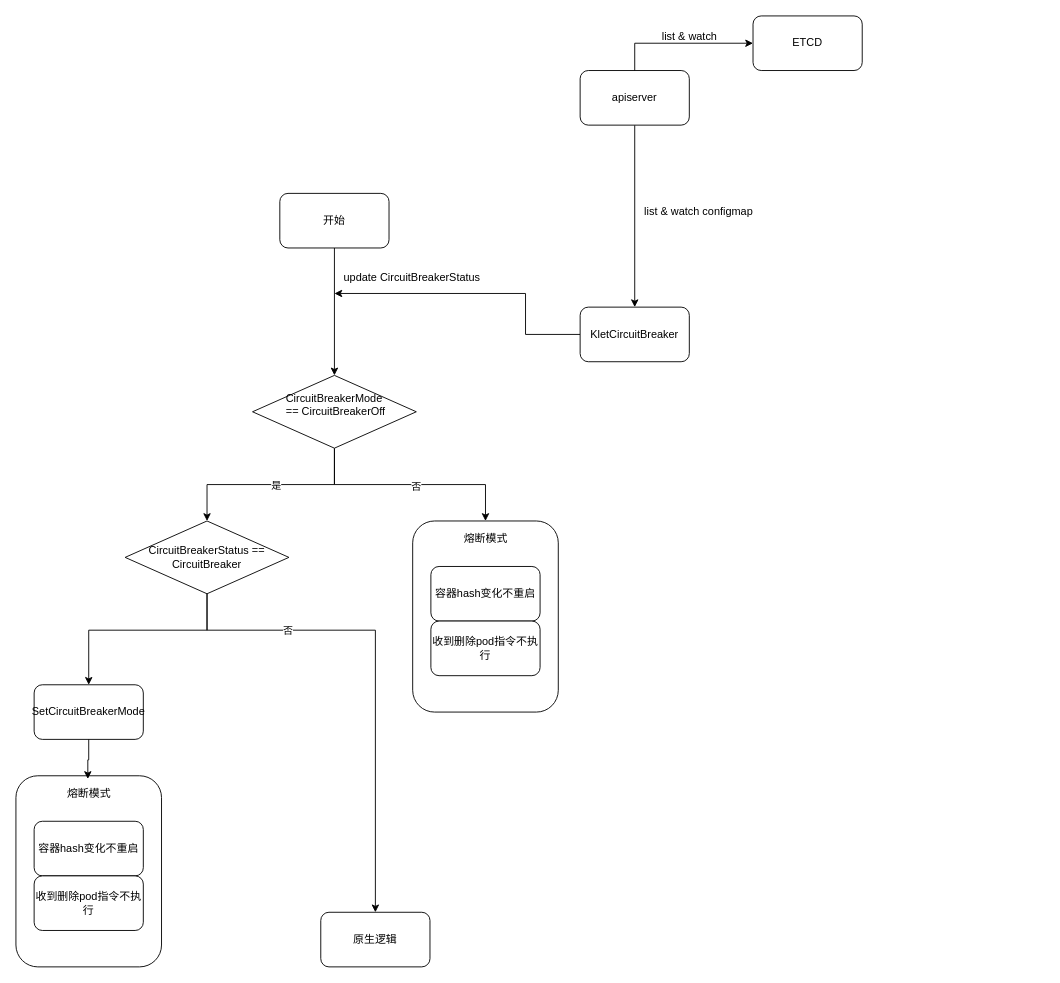
Earlier version of the draw.io diagram page "集群大规模异常重启熔断方案" (7 of 7) of kubelet/kubelet.drawio (jingrenzhou/drawio). Source tidied: cells renumbered, new cells numbered last; positions are measured from the earlier drawing's top-left corner, leaving out a move shared by most shapes. Both pictures are drawn from the tidied source at 91%, with x=0, y=0 at pixel (15, 15).
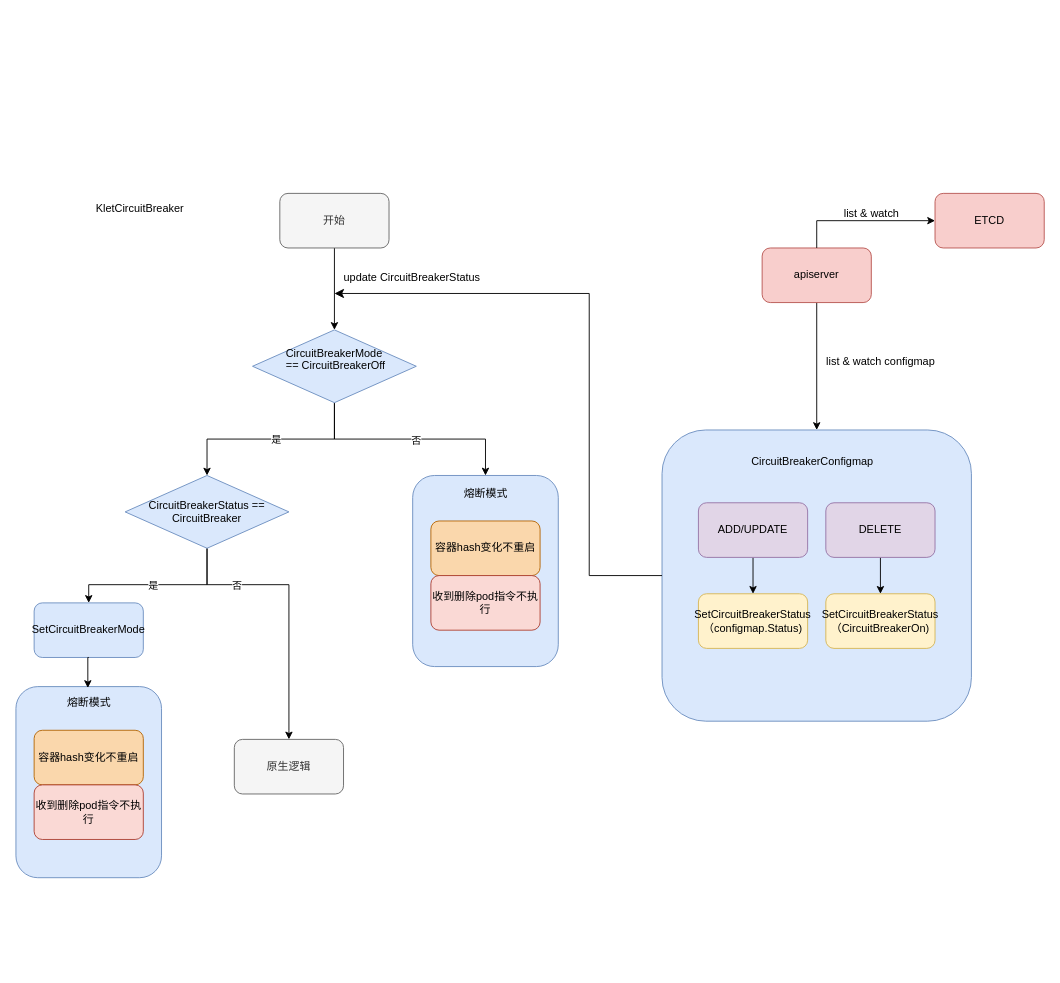
The same page after the edit.

Diff of the diagram source:
```diff
@@
-    <mxCell id="2" style="rounded=1;whiteSpace=wrap;html=1;" parent="1" vertex="1">
-      <mxGeometry x="436" y="555" width="160" height="210" as="geometry" />
+    <mxCell id="2" style="rounded=1;whiteSpace=wrap;html=1;fillColor=#dae8fc;strokeColor=#6c8ebf;" parent="1" vertex="1">
+      <mxGeometry x="436" y="505" width="160" height="210" as="geometry" />
     </mxCell>
@@
-    <mxCell id="7" value="CircuitBreakerMode&lt;br&gt;&amp;nbsp;== CircuitBreakerOff&lt;br&gt;&amp;nbsp;" style="rhombus;whiteSpace=wrap;html=1;" parent="1" vertex="1">
-      <mxGeometry x="260" y="395" width="180" height="80" as="geometry" />
+    <mxCell id="7" value="CircuitBreakerMode&lt;br&gt;&amp;nbsp;== CircuitBreakerOff&lt;br&gt;&amp;nbsp;" style="rhombus;whiteSpace=wrap;html=1;fillColor=#dae8fc;strokeColor=#6c8ebf;" parent="1" vertex="1">
+      <mxGeometry x="260" y="345" width="180" height="80" as="geometry" />
     </mxCell>
@@
-    <mxCell id="9" value="开始" style="rounded=1;whiteSpace=wrap;html=1;" parent="1" vertex="1">
+    <mxCell id="9" value="开始" style="rounded=1;whiteSpace=wrap;html=1;fillColor=#f5f5f5;fontColor=#333333;strokeColor=#666666;" parent="1" vertex="1">
       <mxGeometry x="290" y="195" width="120" height="60" as="geometry" />
     </mxCell>
@@
-    <mxCell id="11" value="apiserver" style="rounded=1;whiteSpace=wrap;html=1;" parent="1" vertex="1">
-      <mxGeometry x="620" y="60" width="120" height="60" as="geometry" />
+    <mxCell id="11" value="apiserver" style="rounded=1;whiteSpace=wrap;html=1;fillColor=#f8cecc;strokeColor=#b85450;" parent="1" vertex="1">
+      <mxGeometry x="820" y="255" width="120" height="60" as="geometry" />
     </mxCell>
-    <mxCell id="12" style="edgeStyle=orthogonalEdgeStyle;rounded=0;jettySize=auto;html=1;exitX=0;exitY=0.5;exitDx=0;exitDy=0;" parent="1" edge="1" source="13">
-      <mxGeometry relative="1" as="geometry">
-        <mxPoint x="350" y="305" as="targetPoint" />
-        <Array as="points">
-          <mxPoint x="560" y="350" />
-          <mxPoint x="560" y="305" />
-        </Array>
-      </mxGeometry>
-    </mxCell>
-    <mxCell id="13" value="KletCircuitBreaker" style="rounded=1;whiteSpace=wrap;html=1;" parent="1" vertex="1">
-      <mxGeometry x="620" y="320" width="120" height="60" as="geometry" />
+    <mxCell id="13" style="rounded=1;whiteSpace=wrap;html=1;fillColor=#dae8fc;strokeColor=#6c8ebf;" parent="1" vertex="1">
+      <mxGeometry x="710" y="455" width="340" height="320" as="geometry" />
     </mxCell>
-    <mxCell id="14" value="ETCD" style="rounded=1;whiteSpace=wrap;html=1;" parent="1" vertex="1">
-      <mxGeometry x="810" width="120" height="60" as="geometry" />
+    <mxCell id="14" value="ETCD" style="rounded=1;whiteSpace=wrap;html=1;fillColor=#f8cecc;strokeColor=#b85450;" parent="1" vertex="1">
+      <mxGeometry x="1010" y="195" width="120" height="60" as="geometry" />
     </mxCell>
@@
     <mxCell id="16" value="list &amp;amp; watch" style="text;html=1;align=center;verticalAlign=middle;strokeColor=none;fillColor=none;" parent="1" vertex="1">
-      <mxGeometry x="700" y="8" width="80" height="30" as="geometry" />
+      <mxGeometry x="900" y="203" width="80" height="30" as="geometry" />
     </mxCell>
     <mxCell id="17" value="list &amp;amp; watch configmap" style="text;html=1;align=center;verticalAlign=middle;strokeColor=none;fillColor=none;" parent="1" vertex="1">
-      <mxGeometry x="680" y="200" width="140" height="30" as="geometry" />
+      <mxGeometry x="880" y="365" width="140" height="30" as="geometry" />
     </mxCell>
@@
-    <mxCell id="19" style="edgeStyle=orthogonalEdgeStyle;rounded=0;jettySize=auto;html=1;exitX=0.5;exitY=1;exitDx=0;exitDy=0;" parent="1" edge="1" source="22" target="23">
+    <mxCell id="19" style="edgeStyle=orthogonalEdgeStyle;rounded=0;jettySize=auto;html=1;exitX=0.5;exitY=1;exitDx=0;exitDy=0;entryX=0.5;entryY=0;entryDx=0;entryDy=0;" parent="1" edge="1" source="22" target="23">
       <mxGeometry relative="1" as="geometry">
         <Array as="points">
-          <mxPoint x="210" y="675" />
-          <mxPoint x="395" y="675" />
+          <mxPoint x="210" y="625" />
+          <mxPoint x="300" y="625" />
+          <mxPoint x="300" y="785" />
         </Array>
       </mxGeometry>
     </mxCell>
@@
     <mxCell id="21" style="edgeStyle=orthogonalEdgeStyle;rounded=0;jettySize=auto;html=1;exitX=0.5;exitY=1;exitDx=0;exitDy=0;entryX=0.5;entryY=0;entryDx=0;entryDy=0;" parent="1" edge="1" source="22" target="31">
       <mxGeometry relative="1" as="geometry">
         <Array as="points">
-          <mxPoint x="210" y="675" />
-          <mxPoint x="80" y="675" />
+          <mxPoint x="210" y="625" />
+          <mxPoint x="80" y="625" />
         </Array>
       </mxGeometry>
     </mxCell>
+    <mxCell id="33" value="是" style="edgeLabel;html=1;align=center;verticalAlign=middle;" parent="21" vertex="1">
+      <mxGeometry x="0.05" relative="1" as="geometry" />
+    </mxCell>
-    <mxCell id="22" value="CircuitBreakerStatus == CircuitBreaker" style="rhombus;whiteSpace=wrap;html=1;" parent="1" vertex="1">
-      <mxGeometry x="120" y="555" width="180" height="80" as="geometry" />
+    <mxCell id="22" value="CircuitBreakerStatus == CircuitBreaker" style="rhombus;whiteSpace=wrap;html=1;fillColor=#dae8fc;strokeColor=#6c8ebf;" parent="1" vertex="1">
+      <mxGeometry x="120" y="505" width="180" height="80" as="geometry" />
     </mxCell>
-    <mxCell id="23" value="原生逻辑" style="rounded=1;whiteSpace=wrap;html=1;" parent="1" vertex="1">
-      <mxGeometry x="335" y="985" width="120" height="60" as="geometry" />
+    <mxCell id="23" value="原生逻辑" style="rounded=1;whiteSpace=wrap;html=1;fillColor=#f5f5f5;fontColor=#333333;strokeColor=#666666;" parent="1" vertex="1">
+      <mxGeometry x="240" y="795" width="120" height="60" as="geometry" />
     </mxCell>
-    <mxCell id="24" value="容器hash变化不重启" style="rounded=1;whiteSpace=wrap;html=1;" parent="1" vertex="1">
-      <mxGeometry x="456" y="605" width="120" height="60" as="geometry" />
+    <mxCell id="24" value="容器hash变化不重启" style="rounded=1;whiteSpace=wrap;html=1;fillColor=#fad7ac;strokeColor=#b46504;" parent="1" vertex="1">
+      <mxGeometry x="456" y="555" width="120" height="60" as="geometry" />
     </mxCell>
-    <mxCell id="25" value="收到删除pod指令不执行" style="rounded=1;whiteSpace=wrap;html=1;" parent="1" vertex="1">
-      <mxGeometry x="456" y="665" width="120" height="60" as="geometry" />
+    <mxCell id="25" value="收到删除pod指令不执行" style="rounded=1;whiteSpace=wrap;html=1;fillColor=#fad9d5;strokeColor=#ae4132;" parent="1" vertex="1">
+      <mxGeometry x="456" y="615" width="120" height="60" as="geometry" />
     </mxCell>
     <mxCell id="26" value="熔断模式" style="text;html=1;align=center;verticalAlign=middle;strokeColor=none;fillColor=none;" parent="1" vertex="1">
-      <mxGeometry x="481" y="560" width="70" height="30" as="geometry" />
+      <mxGeometry x="481" y="510" width="70" height="30" as="geometry" />
     </mxCell>
-    <mxCell id="27" style="rounded=1;whiteSpace=wrap;html=1;" parent="1" vertex="1">
-      <mxGeometry y="835" width="160" height="210" as="geometry" />
+    <mxCell id="27" style="rounded=1;whiteSpace=wrap;html=1;fillColor=#dae8fc;strokeColor=#6c8ebf;" parent="1" vertex="1">
+      <mxGeometry y="737" width="160" height="210" as="geometry" />
     </mxCell>
-    <mxCell id="28" value="容器hash变化不重启" style="rounded=1;whiteSpace=wrap;html=1;" parent="1" vertex="1">
-      <mxGeometry x="20" y="885" width="120" height="60" as="geometry" />
+    <mxCell id="28" value="容器hash变化不重启" style="rounded=1;whiteSpace=wrap;html=1;fillColor=#fad7ac;strokeColor=#b46504;" parent="1" vertex="1">
+      <mxGeometry x="20" y="785" width="120" height="60" as="geometry" />
     </mxCell>
-    <mxCell id="29" value="收到删除pod指令不执行" style="rounded=1;whiteSpace=wrap;html=1;" parent="1" vertex="1">
-      <mxGeometry x="20" y="945" width="120" height="60" as="geometry" />
+    <mxCell id="29" value="收到删除pod指令不执行" style="rounded=1;whiteSpace=wrap;html=1;fillColor=#fad9d5;strokeColor=#ae4132;" parent="1" vertex="1">
+      <mxGeometry x="20" y="845" width="120" height="60" as="geometry" />
     </mxCell>
     <mxCell id="30" value="熔断模式" style="text;html=1;align=center;verticalAlign=middle;points=[];strokeColor=none;fillColor=none;" parent="1" vertex="1">
-      <mxGeometry x="45" y="840" width="70" height="30" as="geometry" />
+      <mxGeometry x="45" y="740" width="70" height="30" as="geometry" />
     </mxCell>
-    <mxCell id="31" value="SetCircuitBreakerMode" style="rounded=1;whiteSpace=wrap;html=1;" parent="1" vertex="1">
-      <mxGeometry x="20" y="735" width="120" height="60" as="geometry" />
+    <mxCell id="31" value="SetCircuitBreakerMode" style="rounded=1;whiteSpace=wrap;html=1;fillColor=#dae8fc;strokeColor=#6c8ebf;" parent="1" vertex="1">
+      <mxGeometry x="20" y="645" width="120" height="60" as="geometry" />
     </mxCell>
@@
+    <mxCell id="34" value="KletCircuitBreaker" style="text;html=1;align=center;verticalAlign=middle;strokeColor=none;fillColor=none;" parent="1" vertex="1">
+      <mxGeometry x="76" y="197" width="120" height="30" as="geometry" />
+    </mxCell>
+    <mxCell id="35" style="edgeStyle=orthogonalEdgeStyle;rounded=0;jettySize=auto;html=1;exitX=0.5;exitY=1;exitDx=0;exitDy=0;entryX=0.5;entryY=0;entryDx=0;entryDy=0;" parent="1" edge="1" source="36" target="39">
+      <mxGeometry relative="1" as="geometry" />
+    </mxCell>
+    <mxCell id="36" value="ADD/UPDATE" style="rounded=1;whiteSpace=wrap;html=1;fillColor=#e1d5e7;strokeColor=#9673a6;" parent="1" vertex="1">
+      <mxGeometry x="750" y="535" width="120" height="60" as="geometry" />
+    </mxCell>
+    <mxCell id="37" style="edgeStyle=orthogonalEdgeStyle;rounded=0;jettySize=auto;html=1;exitX=0.5;exitY=1;exitDx=0;exitDy=0;entryX=0.5;entryY=0;entryDx=0;entryDy=0;" parent="1" edge="1" source="38" target="40">
+      <mxGeometry relative="1" as="geometry" />
+    </mxCell>
+    <mxCell id="38" value="DELETE" style="rounded=1;whiteSpace=wrap;html=1;fillColor=#e1d5e7;strokeColor=#9673a6;" parent="1" vertex="1">
+      <mxGeometry x="890" y="535" width="120" height="60" as="geometry" />
+    </mxCell>
+    <mxCell id="39" value="SetCircuitBreakerStatus（configmap.Status)" style="rounded=1;whiteSpace=wrap;html=1;fillColor=#fff2cc;strokeColor=#d6b656;" parent="1" vertex="1">
+      <mxGeometry x="750" y="635" width="120" height="60" as="geometry" />
+    </mxCell>
+    <mxCell id="40" value="SetCircuitBreakerStatus（CircuitBreakerOn)" style="rounded=1;whiteSpace=wrap;html=1;fillColor=#fff2cc;strokeColor=#d6b656;" parent="1" vertex="1">
+      <mxGeometry x="890" y="635" width="120" height="60" as="geometry" />
+    </mxCell>
+    <mxCell id="41" style="edgeStyle=orthogonalEdgeStyle;elbow=vertical;endArrow=classic;html=1;rounded=0;endSize=8;startSize=8;" parent="1" edge="1" source="13">
+      <mxGeometry relative="1" as="geometry">
+        <mxPoint x="350" y="305" as="targetPoint" />
+        <Array as="points">
+          <mxPoint x="630" y="615" />
+          <mxPoint x="630" y="305" />
+        </Array>
+      </mxGeometry>
+    </mxCell>
+    <mxCell id="42" value="CircuitBreakerConfigmap" style="text;html=1;align=center;verticalAlign=middle;strokeColor=none;fillColor=none;" parent="1" vertex="1">
+      <mxGeometry x="799" y="477" width="152" height="26" as="geometry" />
+    </mxCell>
```
